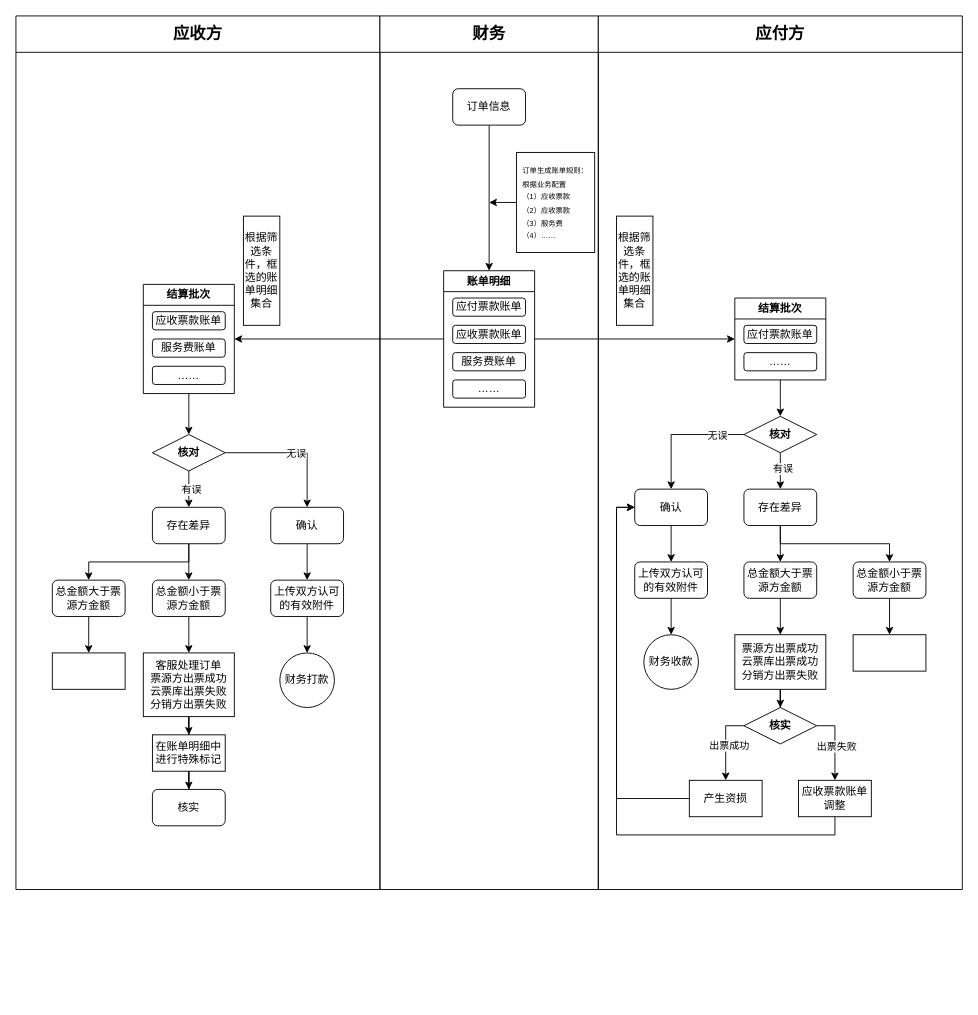
The draw.io diagram 清分结算/清分结算.drawio in zero-97/picture-of-the-article, before the edit. Source tidied: cells renumbered, new cells numbered last; positions are measured from the earlier drawing's top-left corner, leaving out a move shared by most shapes. Both pictures are drawn from the tidied source at 91%, with x=0, y=0 at pixel (15, 15).
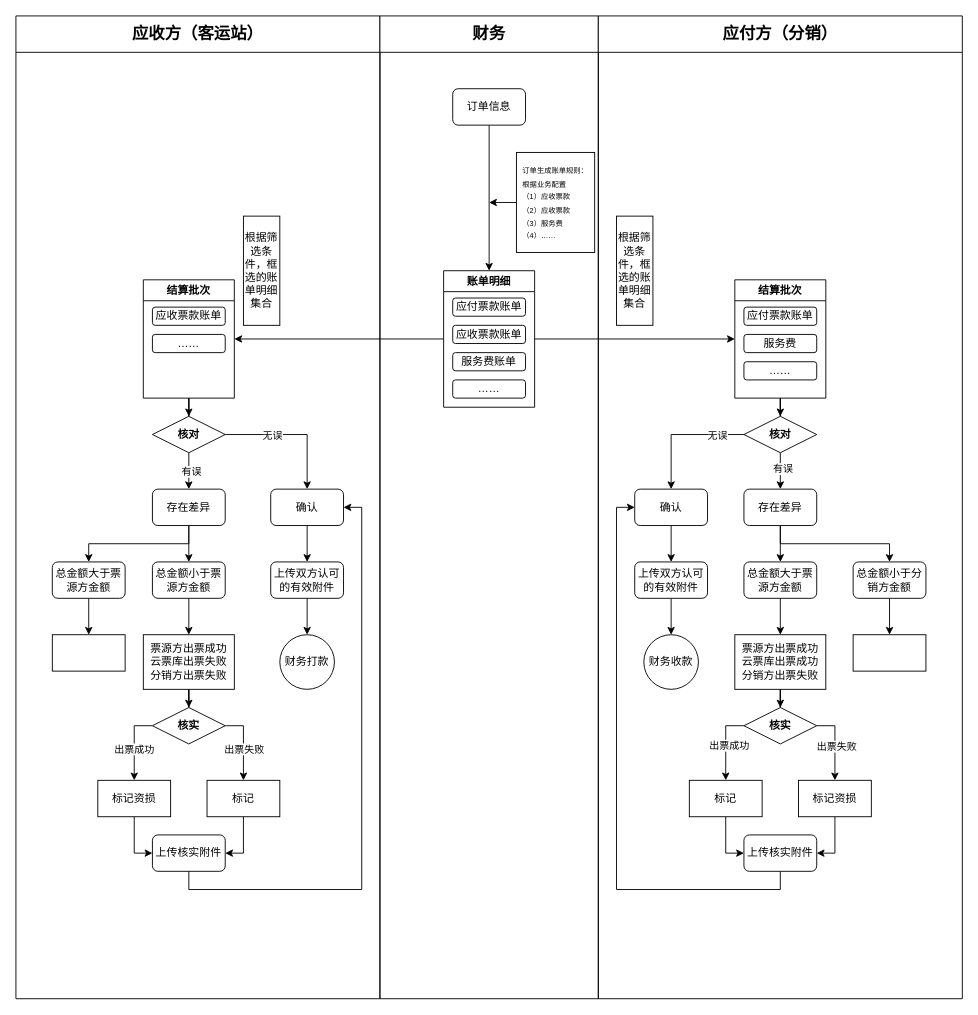
Above is the later version.

Commit message:
更新清分结算.drawio

The change refers to these unchanged cells:
```xml
<mxCell id="11" style="edgeStyle=orthogonalEdgeStyle;rounded=0;jettySize=auto;html=1;entryX=0.5;entryY=0;entryDx=0;entryDy=0;" parent="2" edge="1" source="13" target="20">
  <mxGeometry relative="1" as="geometry" />
</mxCell>
<mxCell id="57" value="确认" style="rounded=1;whiteSpace=wrap;html=1;" parent="42" vertex="1">
  <mxGeometry x="40" y="520" width="80" height="40" as="geometry" />
</mxCell>
```

Diff of the diagram source:
```diff
@@
-    <mxCell id="2" value="&lt;font style=&quot;font-size: 18px;&quot;&gt;应收方&lt;/font&gt;" style="swimlane;whiteSpace=wrap;html=1;startSize=40;" parent="1" vertex="1">
-      <mxGeometry width="400" height="960" as="geometry" />
+    <mxCell id="2" value="&lt;font style=&quot;font-size: 18px;&quot;&gt;应收方（客运站）&lt;/font&gt;" style="swimlane;whiteSpace=wrap;html=1;startSize=40;" parent="1" vertex="1">
+      <mxGeometry width="400" height="1080" as="geometry" />
     </mxCell>
@@
     <mxCell id="4" value="结算批次" style="swimlane;whiteSpace=wrap;html=1;" parent="2" vertex="1">
-      <mxGeometry x="140" y="295" width="100" height="120" as="geometry" />
+      <mxGeometry x="140" y="290" width="100" height="130" as="geometry" />
     </mxCell>
-    <mxCell id="5" value="服务费账单" style="rounded=1;whiteSpace=wrap;html=1;" parent="4" vertex="1">
-      <mxGeometry x="10" y="60" width="80" height="20" as="geometry" />
-    </mxCell>
@@
     <mxCell id="7" value="……" style="rounded=1;whiteSpace=wrap;html=1;" parent="4" vertex="1">
-      <mxGeometry x="10" y="90" width="80" height="20" as="geometry" />
+      <mxGeometry x="10" y="60" width="80" height="20" as="geometry" />
     </mxCell>
@@
     <mxCell id="12" value="无误" style="edgeLabel;html=1;align=center;verticalAlign=middle;" parent="11" vertex="1">
-      <mxGeometry x="0.02" relative="1" as="geometry" />
+      <mxGeometry x="0.02" relative="1" as="geometry">
+        <mxPoint x="-26" as="offset" />
+      </mxGeometry>
     </mxCell>
     <mxCell id="13" value="核对" style="rhombus;whiteSpace=wrap;html=1;fontStyle=1;startSize=23;" parent="2" vertex="1">
-      <mxGeometry x="150" y="460" width="80" height="40" as="geometry" />
+      <mxGeometry x="150" y="440" width="80" height="40" as="geometry" />
     </mxCell>
@@
     <mxCell id="16" value="存在差异" style="rounded=1;whiteSpace=wrap;html=1;" parent="2" vertex="1">
-      <mxGeometry x="150" y="540" width="80" height="40" as="geometry" />
+      <mxGeometry x="150" y="520" width="80" height="40" as="geometry" />
     </mxCell>
@@
     <mxCell id="18" value="总金额小于票源方金额" style="rounded=1;whiteSpace=wrap;html=1;" parent="2" vertex="1">
-      <mxGeometry x="150" y="620" width="80" height="40" as="geometry" />
+      <mxGeometry x="150" y="600" width="80" height="40" as="geometry" />
     </mxCell>
@@
     <mxCell id="20" value="确认" style="rounded=1;whiteSpace=wrap;html=1;" parent="2" vertex="1">
-      <mxGeometry x="280" y="540" width="80" height="40" as="geometry" />
+      <mxGeometry x="280" y="520" width="80" height="40" as="geometry" />
     </mxCell>
@@
     <mxCell id="22" value="上传双方认可的有效附件" style="rounded=1;whiteSpace=wrap;html=1;" parent="2" vertex="1">
-      <mxGeometry x="280" y="620" width="80" height="40" as="geometry" />
+      <mxGeometry x="280" y="600" width="80" height="40" as="geometry" />
     </mxCell>
-    <mxCell id="23" style="edgeStyle=orthogonalEdgeStyle;rounded=0;jettySize=auto;html=1;" parent="2" edge="1" source="24" target="25">
+    <mxCell id="23" style="edgeStyle=orthogonalEdgeStyle;rounded=0;jettySize=auto;html=1;" parent="2" edge="1" source="24" target="26">
       <mxGeometry relative="1" as="geometry" />
     </mxCell>
-    <mxCell id="24" value="客服处理订单&lt;div&gt;票源方出票成功&lt;/div&gt;&lt;div&gt;云票库出票失败&lt;/div&gt;&lt;div&gt;分销方出票失败&lt;/div&gt;" style="rounded=0;whiteSpace=wrap;html=1;" parent="2" vertex="1">
-      <mxGeometry x="140" y="700" width="100" height="70" as="geometry" />
+    <mxCell id="24" value="&lt;div&gt;票源方出票成功&lt;/div&gt;&lt;div&gt;云票库出票失败&lt;/div&gt;&lt;div&gt;分销方出票失败&lt;/div&gt;" style="rounded=0;whiteSpace=wrap;html=1;" parent="2" vertex="1">
+      <mxGeometry x="140" y="680" width="100" height="60" as="geometry" />
     </mxCell>
-    <mxCell id="25" value="在账单明细中进行特殊标记" style="whiteSpace=wrap;html=1;rounded=0;" parent="2" vertex="1">
-      <mxGeometry x="150" y="790" width="80" height="40" as="geometry" />
-    </mxCell>
-    <mxCell id="26" value="核实" style="rounded=1;whiteSpace=wrap;html=1;" parent="2" vertex="1">
-      <mxGeometry x="150" y="850" width="80" height="40" as="geometry" />
-    </mxCell>
-    <mxCell id="27" style="edgeStyle=orthogonalEdgeStyle;rounded=0;jettySize=auto;html=1;entryX=0.5;entryY=0;entryDx=0;entryDy=0;" parent="2" edge="1" source="25" target="26">
-      <mxGeometry relative="1" as="geometry" />
-    </mxCell>
@@
     <mxCell id="29" value="总金额大于票源方金额" style="rounded=1;whiteSpace=wrap;html=1;" parent="2" vertex="1">
-      <mxGeometry x="40" y="620" width="80" height="40" as="geometry" />
+      <mxGeometry x="40" y="600" width="80" height="40" as="geometry" />
     </mxCell>
     <mxCell id="30" value="财务打款" style="ellipse;whiteSpace=wrap;html=1;" parent="2" vertex="1">
-      <mxGeometry x="290" y="700" width="60" height="60" as="geometry" />
+      <mxGeometry x="290" y="680" width="60" height="60" as="geometry" />
     </mxCell>
     <mxCell id="31" style="rounded=0;whiteSpace=wrap;html=1;" parent="2" vertex="1">
-      <mxGeometry x="40" y="700" width="80" height="40" as="geometry" />
+      <mxGeometry x="40" y="680" width="80" height="40" as="geometry" />
     </mxCell>
+    <mxCell id="79" style="edgeStyle=orthogonalEdgeStyle;rounded=0;jettySize=auto;html=1;exitX=0;exitY=0.5;exitDx=0;exitDy=0;" parent="2" edge="1" source="26" target="84">
+      <mxGeometry relative="1" as="geometry" />
+    </mxCell>
+    <mxCell id="80" value="出票成功" style="edgeLabel;html=1;align=center;verticalAlign=middle;" parent="79" vertex="1">
+      <mxGeometry x="0.12" y="-1" relative="1" as="geometry" />
+    </mxCell>
+    <mxCell id="81" style="edgeStyle=orthogonalEdgeStyle;rounded=0;jettySize=auto;html=1;exitX=1;exitY=0.5;exitDx=0;exitDy=0;" parent="2" edge="1" source="26" target="86">
+      <mxGeometry relative="1" as="geometry" />
+    </mxCell>
+    <mxCell id="82" value="出票失败" style="edgeLabel;html=1;align=center;verticalAlign=middle;" parent="81" vertex="1">
+      <mxGeometry x="0.13" relative="1" as="geometry" />
+    </mxCell>
+    <mxCell id="26" value="核实" style="rhombus;whiteSpace=wrap;html=1;fontStyle=1;startSize=23;" parent="2" vertex="1">
+      <mxGeometry x="150" y="760" width="80" height="40" as="geometry" />
+    </mxCell>
+    <mxCell id="83" style="edgeStyle=orthogonalEdgeStyle;rounded=0;jettySize=auto;html=1;entryX=0;entryY=0.5;entryDx=0;entryDy=0;" parent="2" edge="1" source="84" target="88">
+      <mxGeometry relative="1" as="geometry" />
+    </mxCell>
+    <mxCell id="84" value="标记资损" style="rounded=0;whiteSpace=wrap;html=1;" parent="2" vertex="1">
+      <mxGeometry x="90" y="840" width="80" height="40" as="geometry" />
+    </mxCell>
+    <mxCell id="85" style="edgeStyle=orthogonalEdgeStyle;rounded=0;jettySize=auto;html=1;entryX=1;entryY=0.5;entryDx=0;entryDy=0;" parent="2" edge="1" source="86" target="88">
+      <mxGeometry relative="1" as="geometry" />
+    </mxCell>
+    <mxCell id="86" value="标记" style="rounded=0;whiteSpace=wrap;html=1;" parent="2" vertex="1">
+      <mxGeometry x="210" y="840" width="80" height="40" as="geometry" />
+    </mxCell>
+    <mxCell id="87" style="edgeStyle=orthogonalEdgeStyle;rounded=0;jettySize=auto;html=1;entryX=1;entryY=0.5;entryDx=0;entryDy=0;" parent="2" edge="1" source="88" target="20">
+      <mxGeometry relative="1" as="geometry">
+        <Array as="points">
+          <mxPoint x="190" y="960" />
+          <mxPoint x="380" y="960" />
+          <mxPoint x="380" y="540" />
+        </Array>
+      </mxGeometry>
+    </mxCell>
+    <mxCell id="88" value="上传核实附件" style="rounded=1;whiteSpace=wrap;html=1;" parent="2" vertex="1">
+      <mxGeometry x="150" y="900" width="80" height="40" as="geometry" />
+    </mxCell>
     <mxCell id="32" value="&lt;font style=&quot;font-size: 18px;&quot;&gt;财务&lt;/font&gt;" style="swimlane;whiteSpace=wrap;html=1;startSize=40;" parent="1" vertex="1">
-      <mxGeometry x="400" width="240" height="960" as="geometry" />
+      <mxGeometry x="400" width="240" height="1080" as="geometry" />
     </mxCell>
@@
-    <mxCell id="42" value="&lt;font style=&quot;font-size: 18px;&quot;&gt;应付方&lt;/font&gt;" style="swimlane;whiteSpace=wrap;html=1;startSize=40;" parent="1" vertex="1">
-      <mxGeometry x="640" width="400" height="960" as="geometry" />
+    <mxCell id="42" value="&lt;font style=&quot;font-size: 18px;&quot;&gt;应付方（分销）&lt;/font&gt;" style="swimlane;whiteSpace=wrap;html=1;startSize=40;" parent="1" vertex="1">
+      <mxGeometry x="640" width="400" height="1080" as="geometry" />
     </mxCell>
@@
     <mxCell id="44" value="结算批次" style="swimlane;whiteSpace=wrap;html=1;" parent="42" vertex="1">
-      <mxGeometry x="150" y="310" width="100" height="90" as="geometry" />
+      <mxGeometry x="150" y="290" width="100" height="130" as="geometry" />
     </mxCell>
-    <mxCell id="45" value="……" style="rounded=1;whiteSpace=wrap;html=1;" parent="44" vertex="1">
+    <mxCell id="45" value="服务费" style="rounded=1;whiteSpace=wrap;html=1;" parent="44" vertex="1">
       <mxGeometry x="10" y="60" width="80" height="20" as="geometry" />
     </mxCell>
@@
+    <mxCell id="89" value="……" style="rounded=1;whiteSpace=wrap;html=1;" parent="44" vertex="1">
+      <mxGeometry x="10" y="90" width="80" height="20" as="geometry" />
+    </mxCell>
@@
-    <mxCell id="61" value="总金额小于票源方金额" style="rounded=1;whiteSpace=wrap;html=1;" parent="42" vertex="1">
+    <mxCell id="61" value="总金额小于分销方金额" style="rounded=1;whiteSpace=wrap;html=1;" parent="42" vertex="1">
       <mxGeometry x="280" y="600" width="80" height="40" as="geometry" />
     </mxCell>
@@
-    <mxCell id="70" style="edgeStyle=orthogonalEdgeStyle;rounded=0;jettySize=auto;html=1;entryX=0;entryY=0.5;entryDx=0;entryDy=0;" parent="42" edge="1" source="71" target="57">
-      <mxGeometry relative="1" as="geometry">
-        <Array as="points">
-          <mxPoint x="20" y="860" />
-          <mxPoint x="20" y="540" />
-        </Array>
-      </mxGeometry>
-    </mxCell>
+    <mxCell id="90" style="edgeStyle=orthogonalEdgeStyle;rounded=0;jettySize=auto;html=1;entryX=0;entryY=0.5;entryDx=0;entryDy=0;" parent="42" edge="1" source="71" target="93">
+      <mxGeometry relative="1" as="geometry" />
+    </mxCell>
-    <mxCell id="71" value="产生资损" style="rounded=0;whiteSpace=wrap;html=1;" parent="42" vertex="1">
+    <mxCell id="71" value="标记" style="rounded=0;whiteSpace=wrap;html=1;" parent="42" vertex="1">
       <mxGeometry x="100" y="840" width="80" height="40" as="geometry" />
     </mxCell>
-    <mxCell id="72" style="edgeStyle=orthogonalEdgeStyle;rounded=0;jettySize=auto;html=1;" parent="42" edge="1" source="73" target="57">
-      <mxGeometry relative="1" as="geometry">
-        <Array as="points">
-          <mxPoint x="260" y="900" />
-          <mxPoint x="20" y="900" />
-          <mxPoint x="20" y="540" />
-        </Array>
-      </mxGeometry>
-    </mxCell>
+    <mxCell id="91" style="edgeStyle=orthogonalEdgeStyle;rounded=0;jettySize=auto;html=1;entryX=1;entryY=0.5;entryDx=0;entryDy=0;" parent="42" edge="1" source="73" target="93">
+      <mxGeometry relative="1" as="geometry" />
+    </mxCell>
-    <mxCell id="73" value="应收票款账单调整" style="rounded=0;whiteSpace=wrap;html=1;" parent="42" vertex="1">
+    <mxCell id="73" value="标记资损" style="rounded=0;whiteSpace=wrap;html=1;" parent="42" vertex="1">
       <mxGeometry x="220" y="840" width="80" height="40" as="geometry" />
     </mxCell>
@@
+    <mxCell id="92" style="edgeStyle=orthogonalEdgeStyle;rounded=0;jettySize=auto;html=1;entryX=0;entryY=0.5;entryDx=0;entryDy=0;" parent="42" edge="1" source="93" target="57">
+      <mxGeometry relative="1" as="geometry">
+        <Array as="points">
+          <mxPoint x="200" y="960" />
+          <mxPoint x="20" y="960" />
+          <mxPoint x="20" y="540" />
+        </Array>
+      </mxGeometry>
+    </mxCell>
+    <mxCell id="93" value="上传核实附件" style="rounded=1;whiteSpace=wrap;html=1;" parent="42" vertex="1">
+      <mxGeometry x="160" y="900" width="80" height="40" as="geometry" />
+    </mxCell>
```
